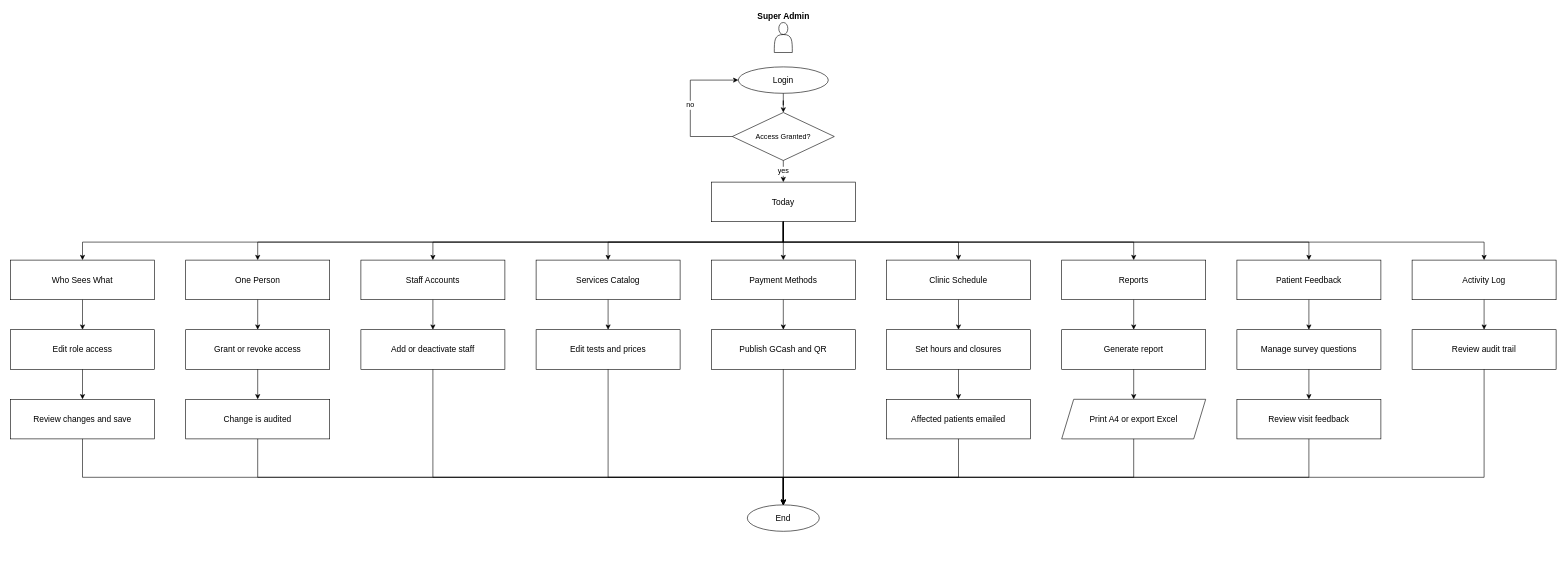
Before: page "Super Admin" (1 of 8) of docs/diagrams/flowcharts.drawio in Diazzzz-cpu/Enlogada-Clinic-Management-System, a draw.io diagram. Source tidied: cells renumbered, new cells numbered last; positions are measured from the earlier drawing's top-left corner, leaving out a move shared by most shapes. Both pictures are drawn from the tidied source at 60%, with x=0, y=0 at pixel (10, 22).
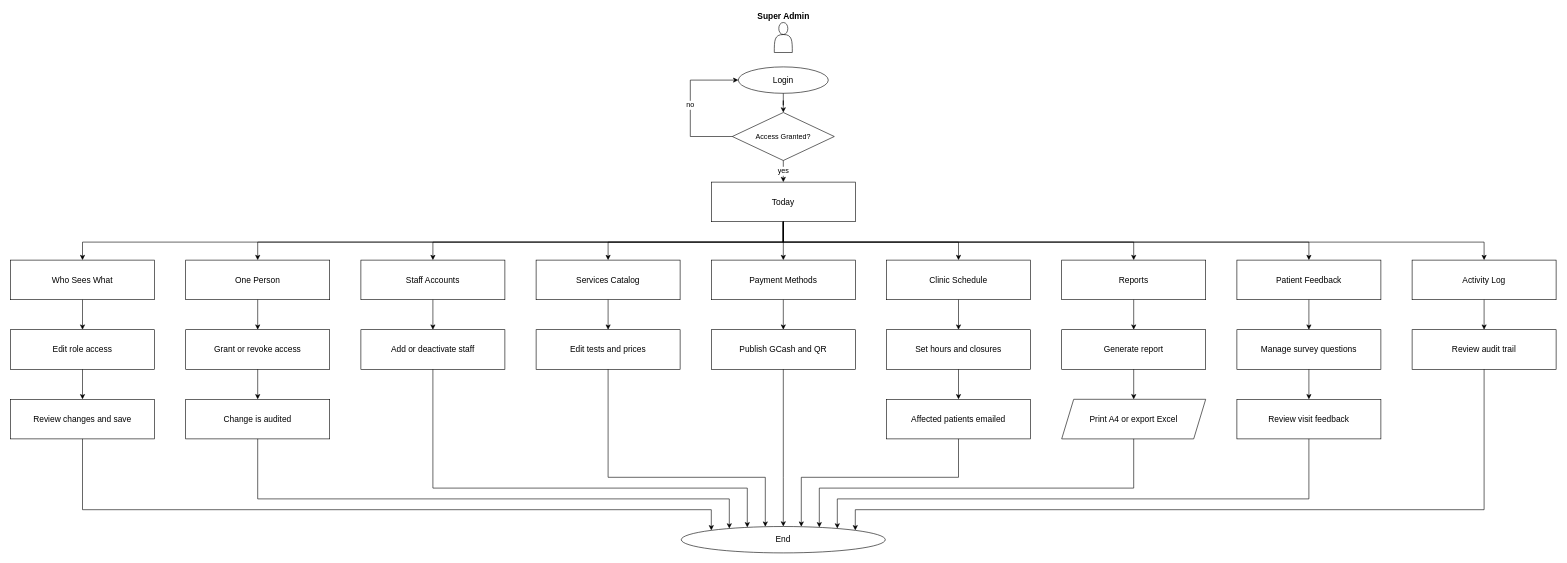
After the change.

Unchanged cells that the change refers to:
```xml
<mxCell id="11" value="Review changes and save" style="rounded=0;whiteSpace=wrap;html=1;fontFamily=Helvetica;fontSize=14;fontColor=#000000;strokeColor=#000000;" parent="1" vertex="1">
  <mxGeometry y="628" width="240" height="66" as="geometry" />
</mxCell>
<mxCell id="17" value="Change is audited" style="rounded=0;whiteSpace=wrap;html=1;fontFamily=Helvetica;fontSize=14;fontColor=#000000;strokeColor=#000000;" parent="1" vertex="1">
  <mxGeometry x="292" y="628" width="240" height="66" as="geometry" />
</mxCell>
<mxCell id="22" value="Add or deactivate staff" style="rounded=0;whiteSpace=wrap;html=1;fontFamily=Helvetica;fontSize=14;fontColor=#000000;strokeColor=#000000;" parent="1" vertex="1">
  <mxGeometry x="584" y="512" width="240" height="66" as="geometry" />
</mxCell>
<mxCell id="26" value="Edit tests and prices" style="rounded=0;whiteSpace=wrap;html=1;fontFamily=Helvetica;fontSize=14;fontColor=#000000;strokeColor=#000000;" parent="1" vertex="1">
  <mxGeometry x="876" y="512" width="240" height="66" as="geometry" />
</mxCell>
<mxCell id="30" value="Publish GCash and QR" style="rounded=0;whiteSpace=wrap;html=1;fontFamily=Helvetica;fontSize=14;fontColor=#000000;strokeColor=#000000;" parent="1" vertex="1">
  <mxGeometry x="1168" y="512" width="240" height="66" as="geometry" />
</mxCell>
<mxCell id="35" value="Affected patients emailed" style="rounded=0;whiteSpace=wrap;html=1;fontFamily=Helvetica;fontSize=14;fontColor=#000000;strokeColor=#000000;" parent="1" vertex="1">
  <mxGeometry x="1460" y="628" width="240" height="66" as="geometry" />
</mxCell>
<mxCell id="41" value="Print A4 or export Excel" style="shape=parallelogram;perimeter=parallelogramPerimeter;whiteSpace=wrap;html=1;fixedSize=1;fontFamily=Helvetica;fontSize=14;fontColor=#000000;strokeColor=#000000;" parent="1" vertex="1">
  <mxGeometry x="1752" y="628" width="240" height="66" as="geometry" />
</mxCell>
<mxCell id="47" value="Review visit feedback" style="rounded=0;whiteSpace=wrap;html=1;fontFamily=Helvetica;fontSize=14;fontColor=#000000;strokeColor=#000000;" parent="1" vertex="1">
  <mxGeometry x="2044" y="628" width="240" height="66" as="geometry" />
</mxCell>
<mxCell id="52" value="Review audit trail" style="rounded=0;whiteSpace=wrap;html=1;fontFamily=Helvetica;fontSize=14;fontColor=#000000;strokeColor=#000000;" parent="1" vertex="1">
  <mxGeometry x="2336" y="512" width="240" height="66" as="geometry" />
</mxCell>
```

The edit, as a diff of the source:
```diff
@@
     <mxCell id="55" value="End" style="ellipse;whiteSpace=wrap;html=1;fontFamily=Helvetica;fontSize=14;fontColor=#000000;strokeColor=#000000;" parent="1" vertex="1">
-      <mxGeometry x="1228" y="804" width="120" height="44" as="geometry" />
+      <mxGeometry x="1118" y="840" width="340" height="44" as="geometry" />
     </mxCell>
-    <mxCell id="56" style="edgeStyle=orthogonalEdgeStyle;rounded=0;html=1;jettySize=auto;fontFamily=Helvetica;fontSize=12;fontColor=#000000;strokeColor=#000000;exitX=0.5;exitY=1;exitDx=0;exitDy=0;" parent="1" edge="1" source="11" target="55">
+    <mxCell id="56" style="edgeStyle=orthogonalEdgeStyle;rounded=0;html=1;jettySize=auto;fontFamily=Helvetica;fontSize=12;fontColor=#000000;strokeColor=#000000;exitX=0.5;exitY=1;exitDx=0;exitDy=0;entryX=0.1471;entryY=0.1458;entryDx=0;entryDy=0;entryPerimeter=0;" parent="1" edge="1" source="11" target="55">
       <mxGeometry relative="1" as="geometry">
         <Array as="points">
-          <mxPoint x="120" y="758" />
+          <mxPoint x="120" y="812" />
+          <mxPoint x="1168" y="812" />
         </Array>
       </mxGeometry>
     </mxCell>
-    <mxCell id="57" style="edgeStyle=orthogonalEdgeStyle;rounded=0;html=1;jettySize=auto;fontFamily=Helvetica;fontSize=12;fontColor=#000000;strokeColor=#000000;exitX=0.5;exitY=1;exitDx=0;exitDy=0;" parent="1" edge="1" source="17" target="55">
+    <mxCell id="57" style="edgeStyle=orthogonalEdgeStyle;rounded=0;html=1;jettySize=auto;fontFamily=Helvetica;fontSize=12;fontColor=#000000;strokeColor=#000000;exitX=0.5;exitY=1;exitDx=0;exitDy=0;entryX=0.2353;entryY=0.0758;entryDx=0;entryDy=0;entryPerimeter=0;" parent="1" edge="1" source="17" target="55">
       <mxGeometry relative="1" as="geometry">
         <Array as="points">
-          <mxPoint x="412" y="758" />
+          <mxPoint x="412" y="794" />
+          <mxPoint x="1198" y="794" />
         </Array>
       </mxGeometry>
     </mxCell>
-    <mxCell id="58" style="edgeStyle=orthogonalEdgeStyle;rounded=0;html=1;jettySize=auto;fontFamily=Helvetica;fontSize=12;fontColor=#000000;strokeColor=#000000;exitX=0.5;exitY=1;exitDx=0;exitDy=0;" parent="1" edge="1" source="22" target="55">
+    <mxCell id="58" style="edgeStyle=orthogonalEdgeStyle;rounded=0;html=1;jettySize=auto;fontFamily=Helvetica;fontSize=12;fontColor=#000000;strokeColor=#000000;exitX=0.5;exitY=1;exitDx=0;exitDy=0;entryX=0.3235;entryY=0.0322;entryDx=0;entryDy=0;entryPerimeter=0;" parent="1" edge="1" source="22" target="55">
       <mxGeometry relative="1" as="geometry">
         <Array as="points">
-          <mxPoint x="704" y="758" />
+          <mxPoint x="704" y="776" />
+          <mxPoint x="1228" y="776" />
         </Array>
       </mxGeometry>
     </mxCell>
-    <mxCell id="59" style="edgeStyle=orthogonalEdgeStyle;rounded=0;html=1;jettySize=auto;fontFamily=Helvetica;fontSize=12;fontColor=#000000;strokeColor=#000000;exitX=0.5;exitY=1;exitDx=0;exitDy=0;" parent="1" edge="1" source="26" target="55">
+    <mxCell id="59" style="edgeStyle=orthogonalEdgeStyle;rounded=0;html=1;jettySize=auto;fontFamily=Helvetica;fontSize=12;fontColor=#000000;strokeColor=#000000;exitX=0.5;exitY=1;exitDx=0;exitDy=0;entryX=0.4118;entryY=0.0078;entryDx=0;entryDy=0;entryPerimeter=0;" parent="1" edge="1" source="26" target="55">
       <mxGeometry relative="1" as="geometry">
         <Array as="points">
           <mxPoint x="996" y="758" />
+          <mxPoint x="1258" y="758" />
         </Array>
       </mxGeometry>
     </mxCell>
-    <mxCell id="60" style="edgeStyle=orthogonalEdgeStyle;rounded=0;html=1;jettySize=auto;fontFamily=Helvetica;fontSize=12;fontColor=#000000;strokeColor=#000000;exitX=0.5;exitY=1;exitDx=0;exitDy=0;" parent="1" edge="1" source="30" target="55">
+    <mxCell id="60" style="edgeStyle=orthogonalEdgeStyle;rounded=0;html=1;jettySize=auto;fontFamily=Helvetica;fontSize=12;fontColor=#000000;strokeColor=#000000;exitX=0.5;exitY=1;exitDx=0;exitDy=0;entryX=0.5000;entryY=0.0000;entryDx=0;entryDy=0;entryPerimeter=0;" parent="1" edge="1" source="30" target="55">
       <mxGeometry relative="1" as="geometry">
         <Array as="points">
           <mxPoint x="1288" y="758" />
         </Array>
       </mxGeometry>
     </mxCell>
-    <mxCell id="61" style="edgeStyle=orthogonalEdgeStyle;rounded=0;html=1;jettySize=auto;fontFamily=Helvetica;fontSize=12;fontColor=#000000;strokeColor=#000000;exitX=0.5;exitY=1;exitDx=0;exitDy=0;" parent="1" edge="1" source="35" target="55">
+    <mxCell id="61" style="edgeStyle=orthogonalEdgeStyle;rounded=0;html=1;jettySize=auto;fontFamily=Helvetica;fontSize=12;fontColor=#000000;strokeColor=#000000;exitX=0.5;exitY=1;exitDx=0;exitDy=0;entryX=0.5882;entryY=0.0078;entryDx=0;entryDy=0;entryPerimeter=0;" parent="1" edge="1" source="35" target="55">
       <mxGeometry relative="1" as="geometry">
         <Array as="points">
           <mxPoint x="1580" y="758" />
+          <mxPoint x="1318" y="758" />
         </Array>
       </mxGeometry>
     </mxCell>
-    <mxCell id="62" style="edgeStyle=orthogonalEdgeStyle;rounded=0;html=1;jettySize=auto;fontFamily=Helvetica;fontSize=12;fontColor=#000000;strokeColor=#000000;exitX=0.5;exitY=1;exitDx=0;exitDy=0;" parent="1" edge="1" source="41" target="55">
+    <mxCell id="62" style="edgeStyle=orthogonalEdgeStyle;rounded=0;html=1;jettySize=auto;fontFamily=Helvetica;fontSize=12;fontColor=#000000;strokeColor=#000000;exitX=0.5;exitY=1;exitDx=0;exitDy=0;entryX=0.6765;entryY=0.0322;entryDx=0;entryDy=0;entryPerimeter=0;" parent="1" edge="1" source="41" target="55">
       <mxGeometry relative="1" as="geometry">
         <Array as="points">
-          <mxPoint x="1872" y="758" />
+          <mxPoint x="1872" y="776" />
+          <mxPoint x="1348" y="776" />
         </Array>
       </mxGeometry>
     </mxCell>
-    <mxCell id="63" style="edgeStyle=orthogonalEdgeStyle;rounded=0;html=1;jettySize=auto;fontFamily=Helvetica;fontSize=12;fontColor=#000000;strokeColor=#000000;exitX=0.5;exitY=1;exitDx=0;exitDy=0;" parent="1" edge="1" source="47" target="55">
+    <mxCell id="63" style="edgeStyle=orthogonalEdgeStyle;rounded=0;html=1;jettySize=auto;fontFamily=Helvetica;fontSize=12;fontColor=#000000;strokeColor=#000000;exitX=0.5;exitY=1;exitDx=0;exitDy=0;entryX=0.7647;entryY=0.0758;entryDx=0;entryDy=0;entryPerimeter=0;" parent="1" edge="1" source="47" target="55">
       <mxGeometry relative="1" as="geometry">
         <Array as="points">
-          <mxPoint x="2164" y="758" />
+          <mxPoint x="2164" y="794" />
+          <mxPoint x="1378" y="794" />
         </Array>
       </mxGeometry>
     </mxCell>
-    <mxCell id="64" style="edgeStyle=orthogonalEdgeStyle;rounded=0;html=1;jettySize=auto;fontFamily=Helvetica;fontSize=12;fontColor=#000000;strokeColor=#000000;exitX=0.5;exitY=1;exitDx=0;exitDy=0;" parent="1" edge="1" source="52" target="55">
+    <mxCell id="64" style="edgeStyle=orthogonalEdgeStyle;rounded=0;html=1;jettySize=auto;fontFamily=Helvetica;fontSize=12;fontColor=#000000;strokeColor=#000000;exitX=0.5;exitY=1;exitDx=0;exitDy=0;entryX=0.8529;entryY=0.1458;entryDx=0;entryDy=0;entryPerimeter=0;" parent="1" edge="1" source="52" target="55">
       <mxGeometry relative="1" as="geometry">
         <Array as="points">
-          <mxPoint x="2456" y="758" />
+          <mxPoint x="2456" y="812" />
+          <mxPoint x="1408" y="812" />
         </Array>
       </mxGeometry>
     </mxCell>
```
